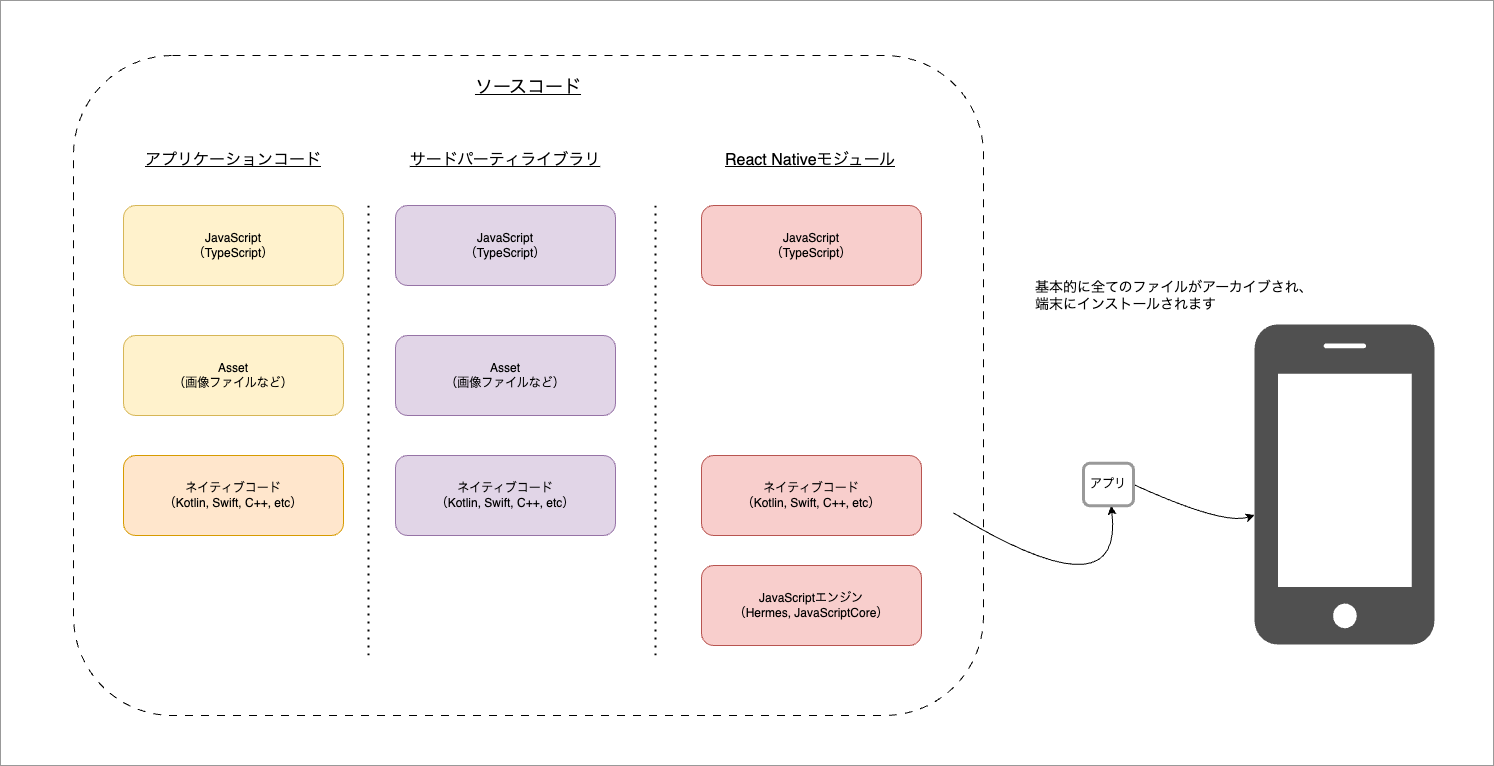
Before: website/docs/react-native/learn/basic-concepts/app-release.drawio.png, a diagram exported from draw.io (ws-4020/mobile-app-crib-notes). Source tidied: cells renumbered, new cells last; positions are measured from the earlier drawing's top-left corner, leaving out a move shared by most shapes. Source of this version:
```xml
<mxGraphModel>
  <root>
    <mxCell id="0" />
    <mxCell id="1" parent="0" />
    <mxCell id="2" style="rounded=0;whiteSpace=wrap;html=1;fillColor=none;align=center;verticalAlign=top;spacingLeft=0;spacingBottom=0;spacingTop=14;fontSize=18;fontStyle=4;strokeColor=#999999;" parent="1" vertex="1">
      <mxGeometry width="1493" height="765" as="geometry" />
    </mxCell>
    <mxCell id="3" value="ソースコード" style="rounded=1;whiteSpace=wrap;html=1;fillColor=none;dashed=1;dashPattern=8 8;align=center;verticalAlign=top;spacingLeft=0;spacingBottom=0;spacingTop=14;fontSize=18;fontStyle=4;" parent="1" vertex="1">
      <mxGeometry x="73" y="55" width="910" height="660" as="geometry" />
    </mxCell>
    <mxCell id="4" value="JavaScript&lt;br style=&quot;font-size: 12px;&quot;&gt;（TypeScript）" style="rounded=1;whiteSpace=wrap;html=1;fontSize=12;align=center;verticalAlign=middle;fillColor=#fff2cc;strokeColor=#d6b656;" parent="1" vertex="1">
      <mxGeometry x="123" y="205" width="220" height="80" as="geometry" />
    </mxCell>
    <mxCell id="5" value="ネイティブコード&lt;br style=&quot;font-size: 12px;&quot;&gt;（Kotlin, Swift, C++, etc）" style="rounded=1;whiteSpace=wrap;html=1;fontSize=12;align=center;verticalAlign=middle;fillColor=#f8cecc;strokeColor=#b85450;" parent="1" vertex="1">
      <mxGeometry x="701" y="455" width="220" height="80" as="geometry" />
    </mxCell>
    <mxCell id="6" value="Asset&lt;br style=&quot;font-size: 12px;&quot;&gt;（画像ファイルなど）" style="rounded=1;whiteSpace=wrap;html=1;fontSize=12;align=center;verticalAlign=middle;fillColor=#fff2cc;strokeColor=#d6b656;" parent="1" vertex="1">
      <mxGeometry x="123" y="335" width="220" height="80" as="geometry" />
    </mxCell>
    <mxCell id="7" style="endArrow=none;dashed=1;html=1;dashPattern=1 3;strokeWidth=2;rounded=0;" parent="1" edge="1">
      <mxGeometry relative="1" as="geometry">
        <mxPoint x="368" y="655" as="sourcePoint" />
        <mxPoint x="368" y="205" as="targetPoint" />
      </mxGeometry>
    </mxCell>
    <mxCell id="8" value="ネイティブコード&lt;br style=&quot;font-size: 12px;&quot;&gt;（Kotlin, Swift, C++, etc）" style="rounded=1;whiteSpace=wrap;html=1;fontSize=12;align=center;verticalAlign=middle;fillColor=#ffe6cc;strokeColor=#d79b00;" parent="1" vertex="1">
      <mxGeometry x="123" y="455" width="220" height="80" as="geometry" />
    </mxCell>
    <mxCell id="9" value="ネイティブコード&lt;br style=&quot;font-size: 12px;&quot;&gt;（Kotlin, Swift, C++, etc）" style="rounded=1;whiteSpace=wrap;html=1;fontSize=12;align=center;verticalAlign=middle;fillColor=#e1d5e7;strokeColor=#9673a6;" parent="1" vertex="1">
      <mxGeometry x="395" y="455" width="220" height="80" as="geometry" />
    </mxCell>
    <mxCell id="10" value="JavaScriptエンジン&lt;br style=&quot;font-size: 12px;&quot;&gt;（Hermes, JavaScriptCore）" style="rounded=1;whiteSpace=wrap;html=1;fontSize=12;align=center;verticalAlign=middle;fillColor=#f8cecc;strokeColor=#b85450;" parent="1" vertex="1">
      <mxGeometry x="701" y="565" width="220" height="80" as="geometry" />
    </mxCell>
    <mxCell id="11" value="JavaScript&lt;br style=&quot;font-size: 12px;&quot;&gt;（TypeScript）" style="rounded=1;whiteSpace=wrap;html=1;fontSize=12;align=center;verticalAlign=middle;fillColor=#e1d5e7;strokeColor=#9673a6;" parent="1" vertex="1">
      <mxGeometry x="395" y="205" width="220" height="80" as="geometry" />
    </mxCell>
    <mxCell id="12" value="アプリケーションコード" style="text;html=1;strokeColor=none;fillColor=none;align=center;verticalAlign=middle;whiteSpace=wrap;rounded=0;fontSize=16;fontStyle=4;" parent="1" vertex="1">
      <mxGeometry x="138" y="145" width="190" height="30" as="geometry" />
    </mxCell>
    <mxCell id="13" value="サードパーティライブラリ" style="text;html=1;strokeColor=none;fillColor=none;align=center;verticalAlign=middle;whiteSpace=wrap;rounded=0;fontSize=16;fontStyle=4;" parent="1" vertex="1">
      <mxGeometry x="405" y="145" width="200" height="30" as="geometry" />
    </mxCell>
    <mxCell id="14" value="React Nativeモジュール" style="text;html=1;strokeColor=none;fillColor=none;align=center;verticalAlign=middle;whiteSpace=wrap;rounded=0;fontSize=16;fontStyle=4;" parent="1" vertex="1">
      <mxGeometry x="710" y="145" width="200" height="30" as="geometry" />
    </mxCell>
    <mxCell id="15" style="endArrow=none;dashed=1;html=1;dashPattern=1 3;strokeWidth=2;rounded=0;" parent="1" edge="1">
      <mxGeometry relative="1" as="geometry">
        <mxPoint x="655" y="655" as="sourcePoint" />
        <mxPoint x="655" y="205" as="targetPoint" />
      </mxGeometry>
    </mxCell>
    <mxCell id="16" value="Asset&lt;br style=&quot;font-size: 12px;&quot;&gt;（画像ファイルなど）" style="rounded=1;whiteSpace=wrap;html=1;fontSize=12;align=center;verticalAlign=middle;fillColor=#e1d5e7;strokeColor=#9673a6;" parent="1" vertex="1">
      <mxGeometry x="395" y="335" width="220" height="80" as="geometry" />
    </mxCell>
    <mxCell id="17" style="curved=1;endArrow=classic;html=1;rounded=0;exitX=1;exitY=0.5;exitDx=0;exitDy=0;" parent="1" edge="1" source="22" target="21">
      <mxGeometry relative="1" as="geometry">
        <Array as="points">
          <mxPoint x="1223" y="525" />
        </Array>
      </mxGeometry>
    </mxCell>
    <mxCell id="18" style="curved=1;endArrow=classic;html=1;rounded=0;exitX=0.55;exitY=0;exitDx=0;exitDy=0;exitPerimeter=0;" parent="1" edge="1" target="22">
      <mxGeometry relative="1" as="geometry">
        <mxPoint x="953" y="512.5" as="sourcePoint" />
        <Array as="points">
          <mxPoint x="1124" y="616" />
        </Array>
      </mxGeometry>
    </mxCell>
    <mxCell id="19" value="基本的に全てのファイルがアーカイブされ、&lt;br style=&quot;font-size: 14px;&quot;&gt;端末にインストールされます" style="text;html=1;strokeColor=none;fillColor=none;align=left;verticalAlign=middle;whiteSpace=wrap;rounded=0;fontSize=14;" parent="1" vertex="1">
      <mxGeometry x="1033" y="275" width="290" height="40" as="geometry" />
    </mxCell>
    <mxCell id="20" value="JavaScript&lt;br style=&quot;font-size: 12px;&quot;&gt;（TypeScript）" style="rounded=1;whiteSpace=wrap;html=1;fontSize=12;align=center;verticalAlign=middle;fillColor=#f8cecc;strokeColor=#b85450;" parent="1" vertex="1">
      <mxGeometry x="701" y="205" width="220" height="80" as="geometry" />
    </mxCell>
    <mxCell id="21" style="shadow=0;dashed=0;html=1;strokeColor=none;fillColor=#505050;labelPosition=center;verticalLabelPosition=bottom;verticalAlign=top;outlineConnect=0;align=center;shape=mxgraph.office.devices.cell_phone_iphone_proportional;" parent="1" vertex="1">
      <mxGeometry x="1254" y="324" width="180" height="320" as="geometry" />
    </mxCell>
    <mxCell id="22" value="アプリ" style="rounded=1;whiteSpace=wrap;html=1;strokeWidth=3;strokeColor=#999999;" parent="1" vertex="1">
      <mxGeometry x="1083" y="462.8" width="50" height="42.5" as="geometry" />
    </mxCell>
  </root>
</mxGraphModel>
```
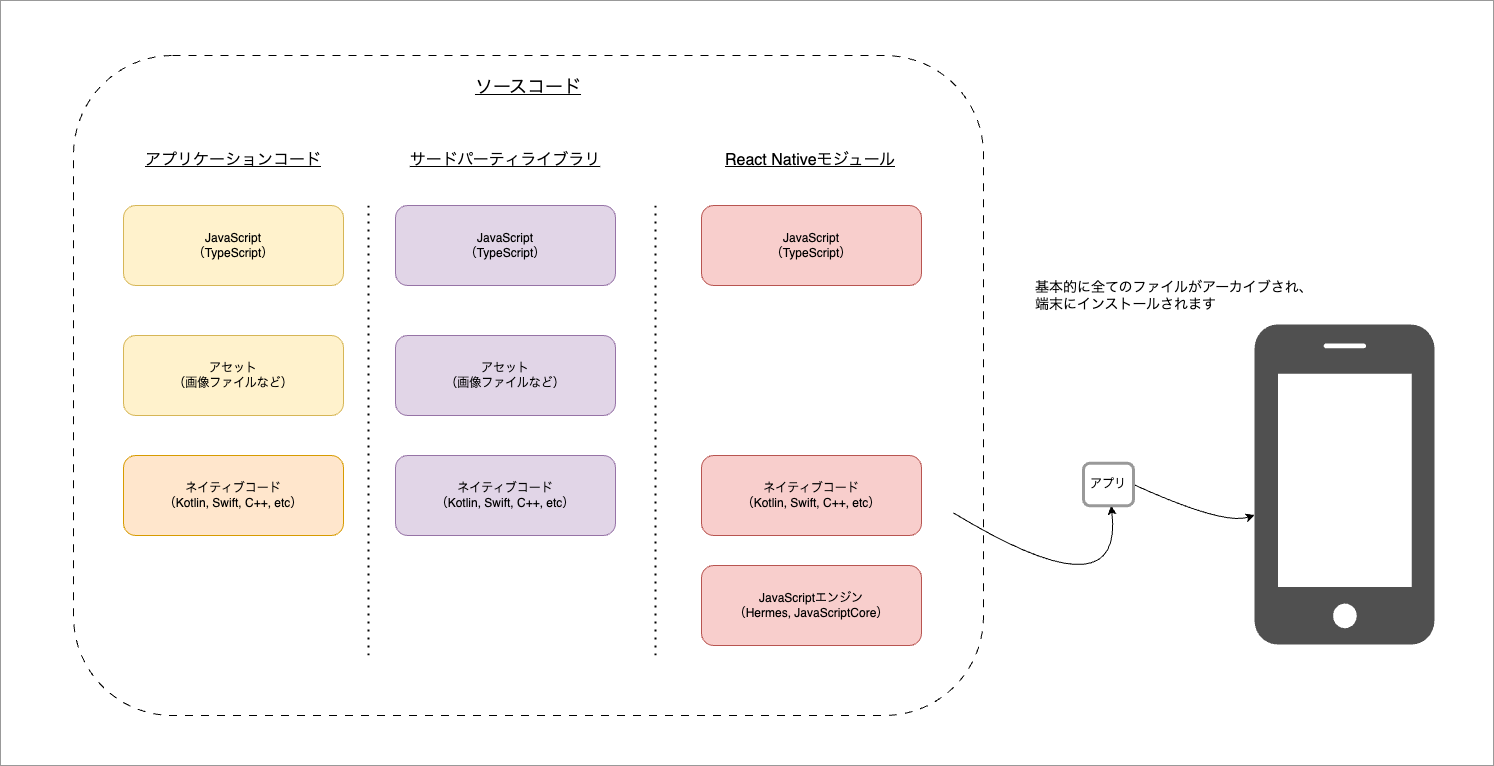
The same diagram one commit later.

What changed in the source:
```diff
@@ -14,7 +14,7 @@
     <mxCell id="5" value="ネイティブコード&lt;br style=&quot;font-size: 12px;&quot;&gt;（Kotlin, Swift, C++, etc）" style="rounded=1;whiteSpace=wrap;html=1;fontSize=12;align=center;verticalAlign=middle;fillColor=#f8cecc;strokeColor=#b85450;" parent="1" vertex="1">
       <mxGeometry x="701" y="455" width="220" height="80" as="geometry" />
     </mxCell>
-    <mxCell id="6" value="Asset&lt;br style=&quot;font-size: 12px;&quot;&gt;（画像ファイルなど）" style="rounded=1;whiteSpace=wrap;html=1;fontSize=12;align=center;verticalAlign=middle;fillColor=#fff2cc;strokeColor=#d6b656;" parent="1" vertex="1">
+    <mxCell id="6" value="アセット&lt;br style=&quot;font-size: 12px;&quot;&gt;（画像ファイルなど）" style="rounded=1;whiteSpace=wrap;html=1;fontSize=12;align=center;verticalAlign=middle;fillColor=#fff2cc;strokeColor=#d6b656;" parent="1" vertex="1">
       <mxGeometry x="123" y="335" width="220" height="80" as="geometry" />
     </mxCell>
     <mxCell id="7" style="endArrow=none;dashed=1;html=1;dashPattern=1 3;strokeWidth=2;rounded=0;" parent="1" edge="1">
@@ -50,7 +50,7 @@
         <mxPoint x="655" y="205" as="targetPoint" />
       </mxGeometry>
     </mxCell>
-    <mxCell id="16" value="Asset&lt;br style=&quot;font-size: 12px;&quot;&gt;（画像ファイルなど）" style="rounded=1;whiteSpace=wrap;html=1;fontSize=12;align=center;verticalAlign=middle;fillColor=#e1d5e7;strokeColor=#9673a6;" parent="1" vertex="1">
+    <mxCell id="16" value="アセット&lt;br style=&quot;font-size: 12px;&quot;&gt;（画像ファイルなど）" style="rounded=1;whiteSpace=wrap;html=1;fontSize=12;align=center;verticalAlign=middle;fillColor=#e1d5e7;strokeColor=#9673a6;" parent="1" vertex="1">
       <mxGeometry x="395" y="335" width="220" height="80" as="geometry" />
     </mxCell>
     <mxCell id="17" style="curved=1;endArrow=classic;html=1;rounded=0;exitX=1;exitY=0.5;exitDx=0;exitDy=0;" parent="1" edge="1" source="22" target="21">
```
